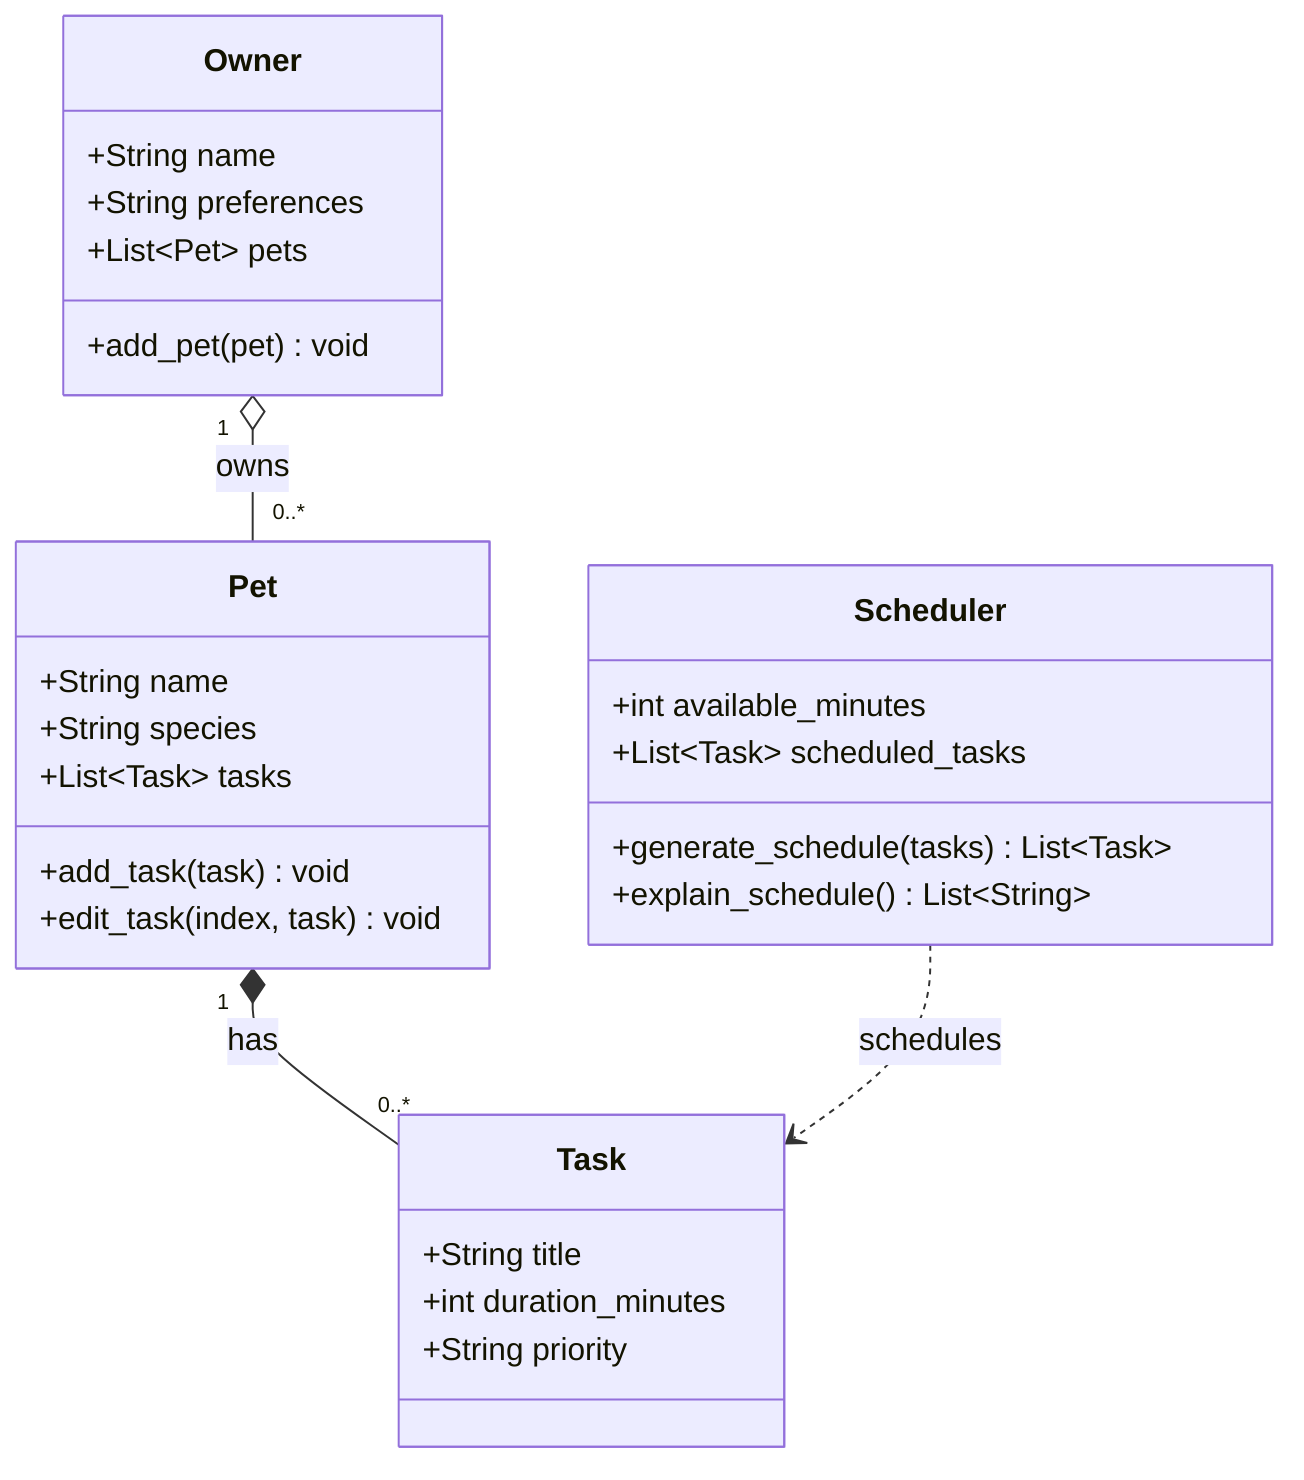
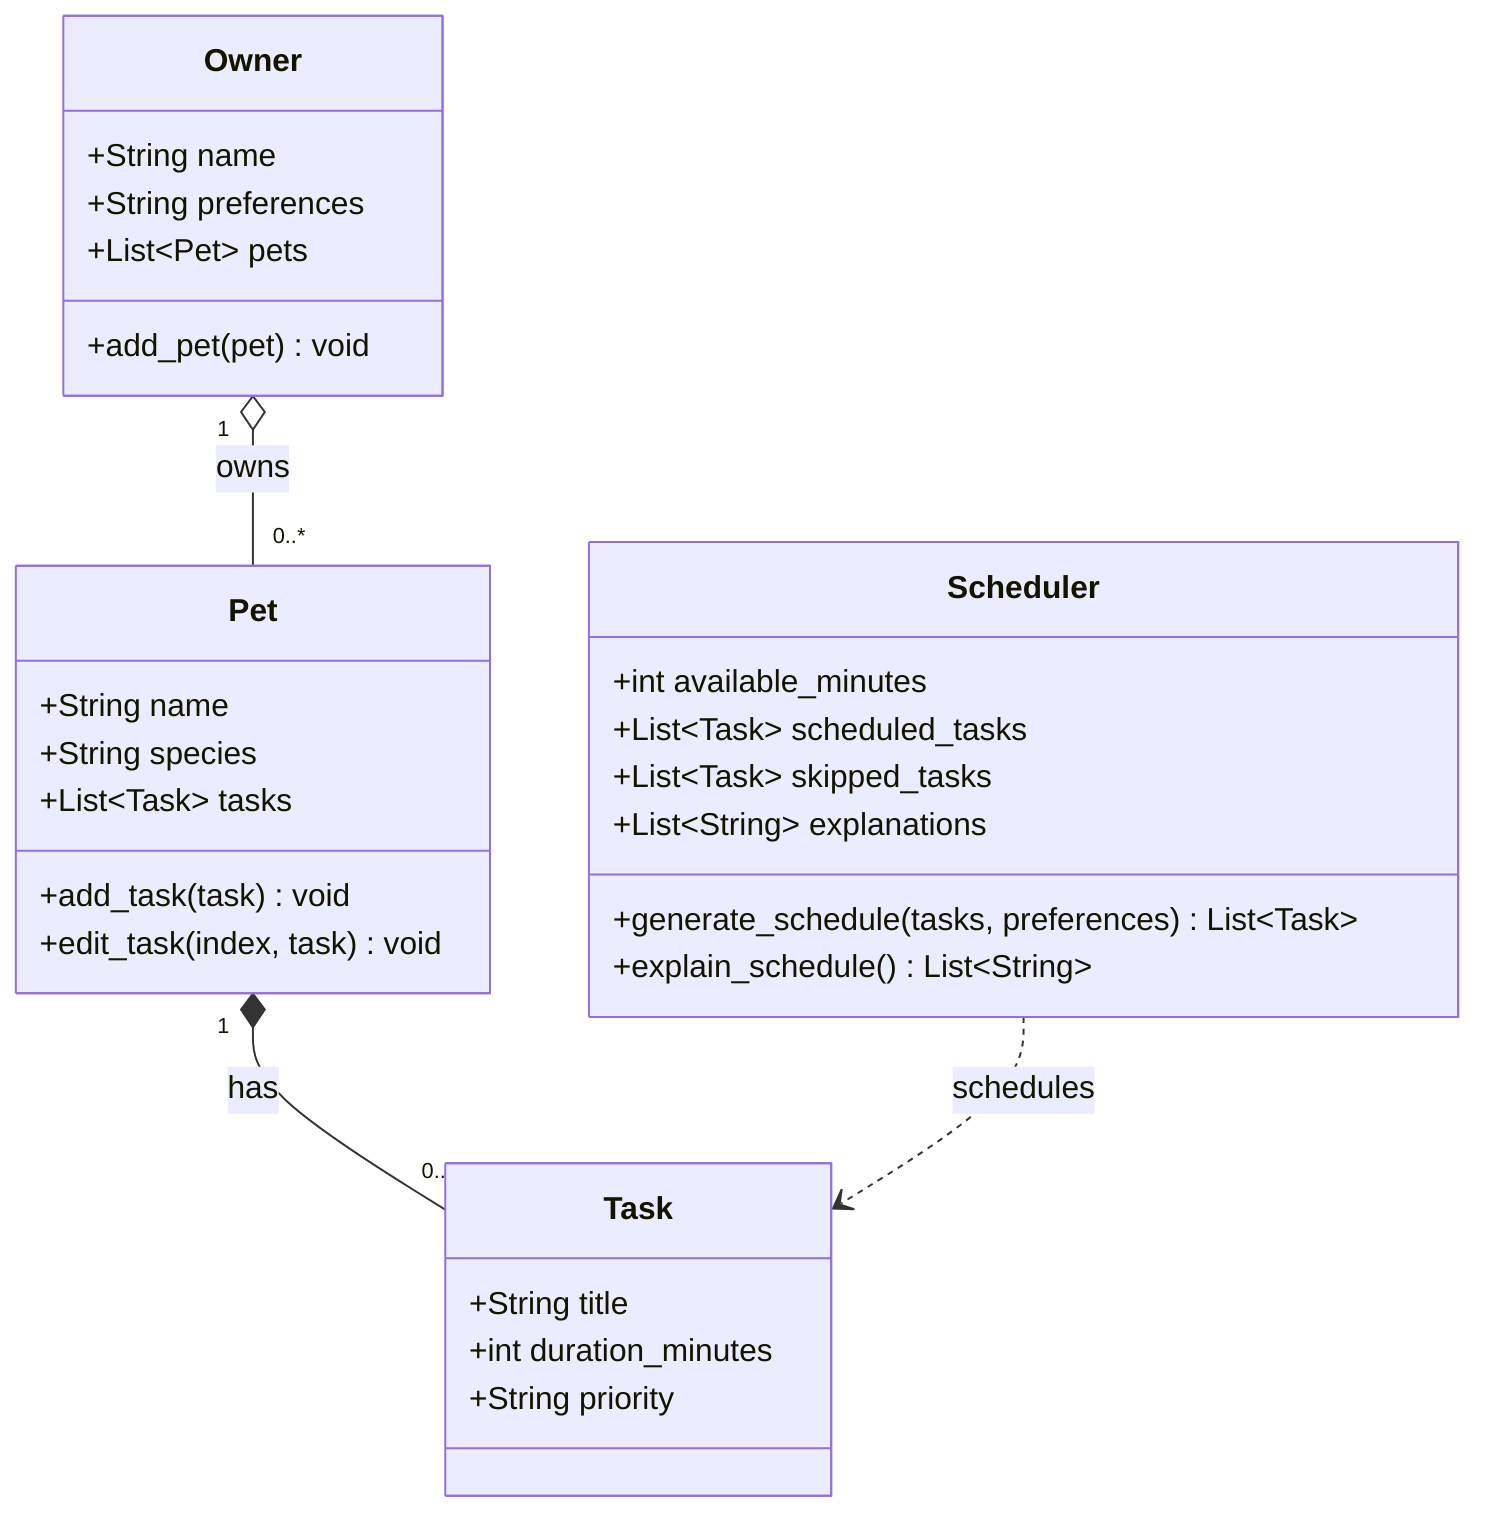
classDiagram
    class Owner {
        +String name
        +String preferences
        +List~Pet~ pets
        +add_pet(pet) void
    }

    class Pet {
        +String name
        +String species
        +List~Task~ tasks
        +add_task(task) void
        +edit_task(index, task) void
    }

    class Task {
        +String title
        +int duration_minutes
        +String priority
    }

    class Scheduler {
        +int available_minutes
        +List~Task~ scheduled_tasks
-         +generate_schedule(tasks) List~Task~
+         +List~Task~ skipped_tasks
+         +List~String~ explanations
+         +generate_schedule(tasks, preferences) List~Task~
        +explain_schedule() List~String~
    }

    Owner "1" o-- "0..*" Pet : owns
    Pet "1" *-- "0..*" Task : has
    Scheduler ..> Task : schedules
